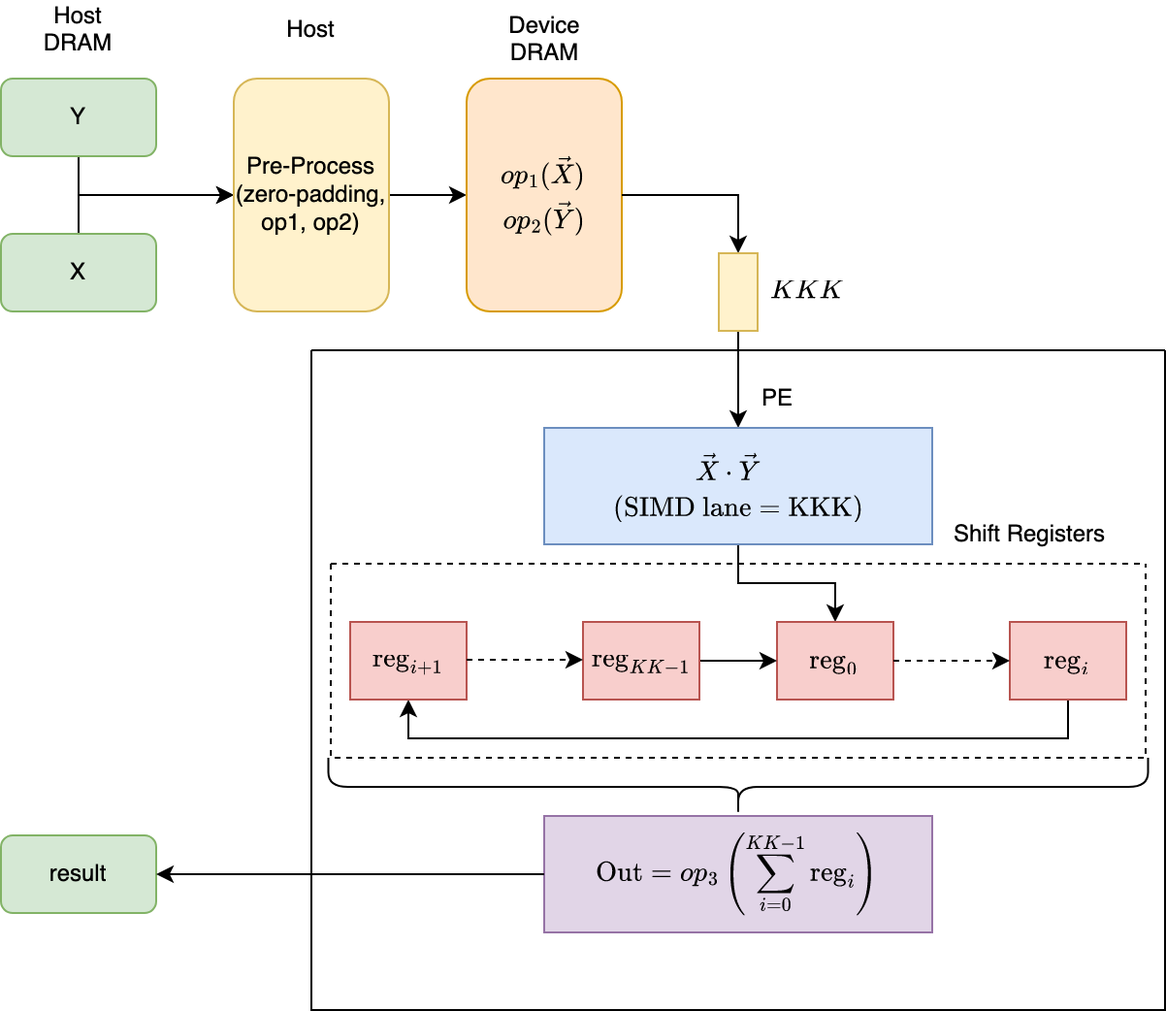
The draw.io diagram DirectProgramming/C++SYCL_FPGA/ReferenceDesigns/productive_libraries/blas/reconfigurable_dotprod/figures/dot_systolic_array.png in ronghongbo/oneAPI-samples, before a commit. Source tidied: cells renumbered, new cells last; positions are measured from the earlier drawing's top-left corner, leaving out a move shared by most shapes.
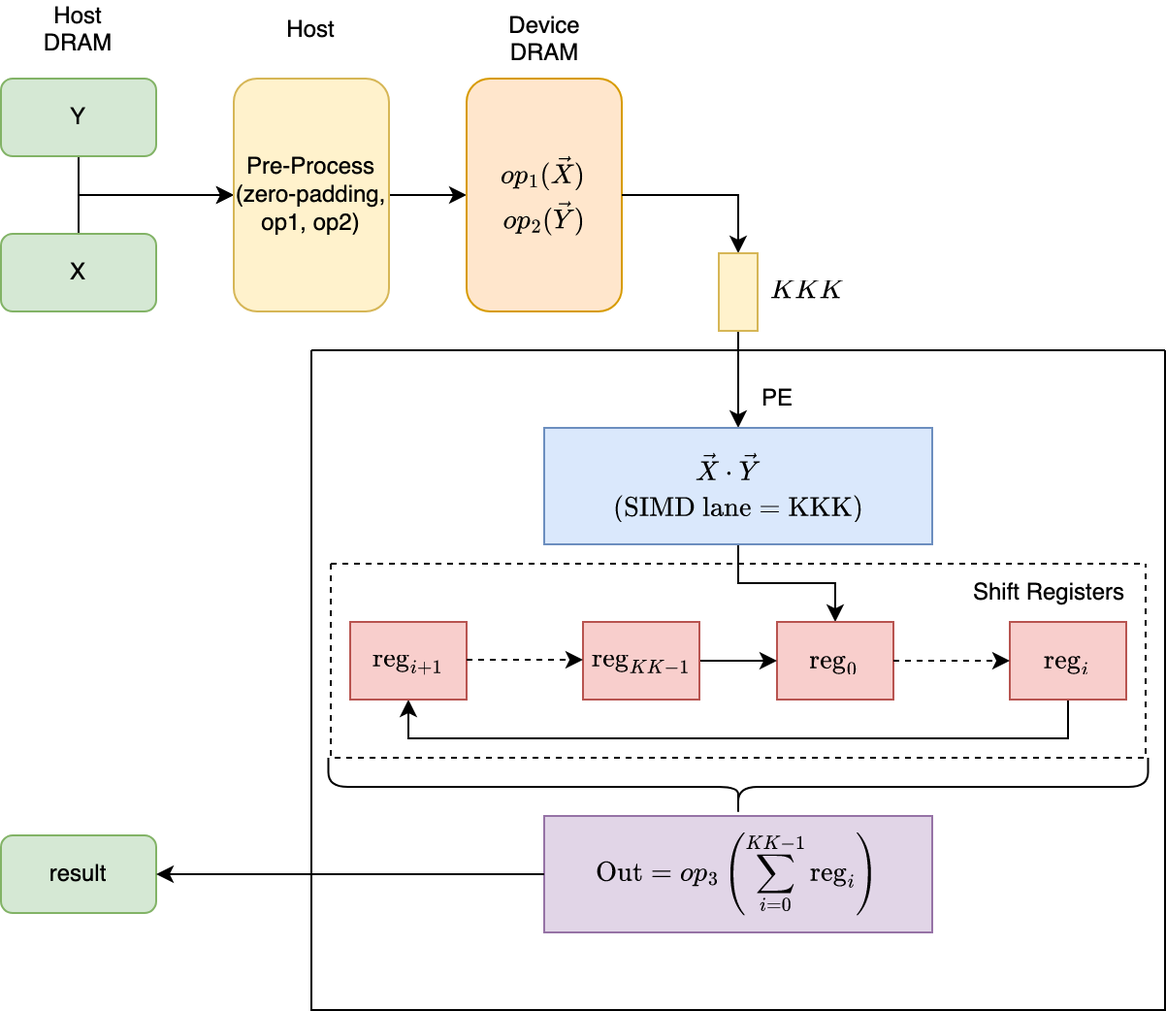
The same diagram one commit later.

Commit message:
Update dotprod figures

What changed in the source:
```diff
@@ -88,8 +88,8 @@
     <mxCell id="28" style="swimlane;startSize=0;dashed=1;" parent="14" vertex="1">
       <mxGeometry x="10" y="110" width="420" height="100" as="geometry" />
     </mxCell>
-    <mxCell id="29" value="Shift Registers" style="text;html=1;align=center;verticalAlign=middle;strokeColor=none;fillColor=none;" parent="14" vertex="1">
-      <mxGeometry x="320" y="80" width="100" height="30" as="geometry" />
+    <mxCell id="29" value="Shift Registers" style="text;html=1;align=center;verticalAlign=middle;strokeColor=none;fillColor=none;" parent="28" vertex="1">
+      <mxGeometry x="320" width="100" height="30" as="geometry" />
     </mxCell>
     <mxCell id="30" style="edgeStyle=orthogonalEdgeStyle;rounded=0;jettySize=auto;html=1;exitX=0;exitY=0.5;exitDx=0;exitDy=0;entryX=1;entryY=0.5;entryDx=0;entryDy=0;" parent="1" edge="1" source="26" target="13">
       <mxGeometry relative="1" as="geometry" />
```
